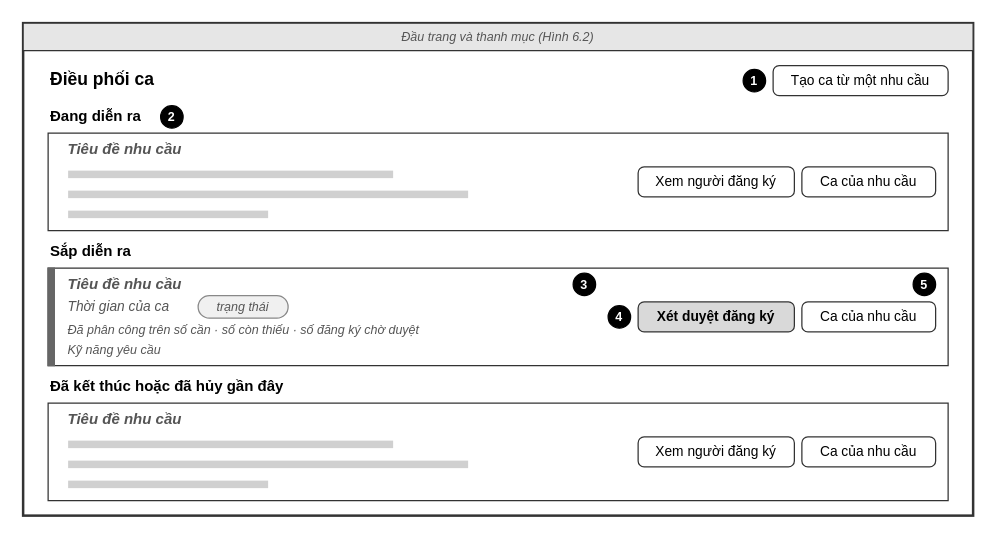
The draw.io diagram docs/giao_dien/drawio/M14_Dieu_phoi_ca.drawio in kanishere55/OOSD_NenTangDieuPhoi_TNV, before the edit. Source tidied: cells renumbered, new cells numbered last; positions are measured from the earlier drawing's top-left corner, leaving out a move shared by most shapes. Both pictures are drawn from the tidied source at 125%, with x=0, y=0 at pixel (22, 22).
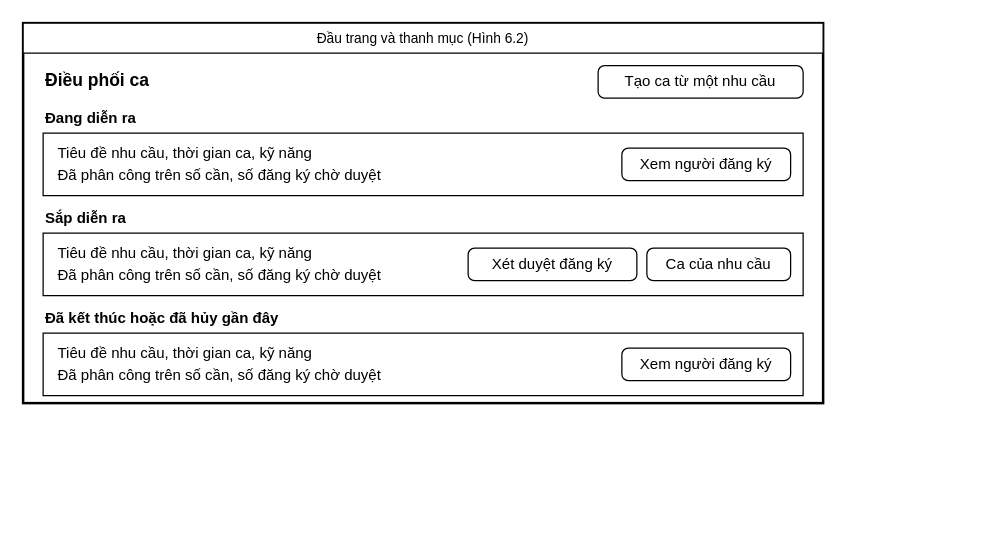
After the change.

Change to the diagram source:
```diff
@@
-    <mxCell id="2" style="rounded=0;whiteSpace=wrap;html=1;fillColor=#ffffff;strokeColor=#333333;strokeWidth=2;" parent="1" vertex="1">
-      <mxGeometry width="760" height="394" as="geometry" />
+    <mxCell id="2" style="rounded=0;whiteSpace=wrap;html=1;fillColor=#ffffff;strokeColor=#000000;strokeWidth=2;" parent="1" vertex="1">
+      <mxGeometry width="640" height="304" as="geometry" />
     </mxCell>
-    <mxCell id="3" value="Đầu trang và thanh mục (Hình 6.2)" style="rounded=0;whiteSpace=wrap;html=1;fillColor=#e6e6e6;strokeColor=#333333;fontSize=10;fontStyle=2;fontColor=#555555;" parent="1" vertex="1">
-      <mxGeometry width="760" height="22" as="geometry" />
+    <mxCell id="3" value="Đầu trang và thanh mục (Hình 6.2)" style="rounded=0;whiteSpace=wrap;html=1;fillColor=#ffffff;strokeColor=#000000;fontColor=#000000;fontSize=11;align=center;" parent="1" vertex="1">
+      <mxGeometry width="640" height="24" as="geometry" />
     </mxCell>
-    <mxCell id="4" value="Điều phối ca" style="text;html=1;strokeColor=none;fillColor=none;align=left;verticalAlign=middle;whiteSpace=wrap;rounded=0;fontSize=14;fontStyle=1;fontColor=#000000;" parent="1" vertex="1">
-      <mxGeometry x="20" y="34" width="400" height="22" as="geometry" />
+    <mxCell id="4" value="Điều phối ca" style="text;html=1;strokeColor=none;fillColor=none;whiteSpace=wrap;verticalAlign=middle;fontColor=#000000;align=left;fontSize=14;fontStyle=1;" parent="1" vertex="1">
+      <mxGeometry x="16" y="34" width="300" height="24" as="geometry" />
     </mxCell>
-    <mxCell id="5" value="Tạo ca từ một nhu cầu" style="rounded=1;arcSize=20;whiteSpace=wrap;html=1;fontSize=11;strokeColor=#333333;fillColor=#ffffff;" parent="1" vertex="1">
-      <mxGeometry x="600" y="34" width="140" height="24" as="geometry" />
+    <mxCell id="5" value="Tạo ca từ một nhu cầu" style="rounded=1;arcSize=20;whiteSpace=wrap;html=1;fillColor=#ffffff;strokeColor=#000000;fontColor=#000000;fontSize=12;" parent="1" vertex="1">
+      <mxGeometry x="460" y="34" width="164" height="26" as="geometry" />
     </mxCell>
-    <mxCell id="6" value="1" style="ellipse;whiteSpace=wrap;html=1;fillColor=#000000;strokeColor=#000000;fontColor=#ffffff;fontSize=10;fontStyle=1;" parent="1" vertex="1">
-      <mxGeometry x="576" y="37" width="18" height="18" as="geometry" />
+    <mxCell id="6" value="Đang diễn ra" style="text;html=1;strokeColor=none;fillColor=none;whiteSpace=wrap;verticalAlign=middle;fontColor=#000000;align=left;fontSize=12;fontStyle=1;" parent="1" vertex="1">
+      <mxGeometry x="16" y="66" width="400" height="20" as="geometry" />
     </mxCell>
-    <mxCell id="7" value="Đang diễn ra" style="text;html=1;strokeColor=none;fillColor=none;align=left;verticalAlign=middle;whiteSpace=wrap;rounded=0;fontSize=12;fontStyle=1;fontColor=#000000;" parent="1" vertex="1">
-      <mxGeometry x="20" y="66" width="500" height="18" as="geometry" />
+    <mxCell id="7" style="rounded=0;whiteSpace=wrap;html=1;fillColor=#ffffff;strokeColor=#000000;fontColor=#000000;fontSize=12;align=center;" parent="1" vertex="1">
+      <mxGeometry x="16" y="88" width="608" height="50" as="geometry" />
     </mxCell>
-    <mxCell id="8" value="2" style="ellipse;whiteSpace=wrap;html=1;fillColor=#000000;strokeColor=#000000;fontColor=#ffffff;fontSize=10;fontStyle=1;" parent="1" vertex="1">
-      <mxGeometry x="110" y="66" width="18" height="18" as="geometry" />
+    <mxCell id="8" value="Tiêu đề nhu cầu, thời gian ca, kỹ năng" style="text;html=1;strokeColor=none;fillColor=none;whiteSpace=wrap;verticalAlign=middle;fontColor=#000000;align=left;fontSize=12;fontStyle=0;" parent="1" vertex="1">
+      <mxGeometry x="26" y="95" width="588" height="18" as="geometry" />
     </mxCell>
-    <mxCell id="9" style="rounded=0;arcSize=8;whiteSpace=wrap;html=1;fillColor=#ffffff;strokeColor=#333333;" parent="1" vertex="1">
-      <mxGeometry x="20" y="88" width="720" height="78" as="geometry" />
+    <mxCell id="9" value="Đã phân công trên số cần, số đăng ký chờ duyệt" style="text;html=1;strokeColor=none;fillColor=none;whiteSpace=wrap;verticalAlign=middle;fontColor=#000000;align=left;fontSize=12;fontStyle=0;" parent="1" vertex="1">
+      <mxGeometry x="26" y="113" width="588" height="18" as="geometry" />
     </mxCell>
-    <mxCell id="10" value="Tiêu đề nhu cầu" style="text;html=1;strokeColor=none;fillColor=none;align=left;verticalAlign=middle;whiteSpace=wrap;rounded=0;fontSize=12;fontStyle=3;fontColor=#555555;" parent="1" vertex="1">
-      <mxGeometry x="34" y="92" width="300" height="18" as="geometry" />
+    <mxCell id="10" value="Xem người đăng ký" style="rounded=1;arcSize=20;whiteSpace=wrap;html=1;fillColor=#ffffff;strokeColor=#000000;fontColor=#000000;fontSize=12;" parent="1" vertex="1">
+      <mxGeometry x="479" y="100" width="135" height="26" as="geometry" />
     </mxCell>
-    <mxCell id="11" style="rounded=0;whiteSpace=wrap;html=1;fillColor=#d0d0d0;strokeColor=none;" parent="1" vertex="1">
-      <mxGeometry x="36" y="118" width="260" height="6" as="geometry" />
+    <mxCell id="11" value="Sắp diễn ra" style="text;html=1;strokeColor=none;fillColor=none;whiteSpace=wrap;verticalAlign=middle;fontColor=#000000;align=left;fontSize=12;fontStyle=1;" parent="1" vertex="1">
+      <mxGeometry x="16" y="146" width="400" height="20" as="geometry" />
     </mxCell>
-    <mxCell id="12" style="rounded=0;whiteSpace=wrap;html=1;fillColor=#d0d0d0;strokeColor=none;" parent="1" vertex="1">
-      <mxGeometry x="36" y="134" width="320" height="6" as="geometry" />
+    <mxCell id="12" style="rounded=0;whiteSpace=wrap;html=1;fillColor=#ffffff;strokeColor=#000000;fontColor=#000000;fontSize=12;align=center;" parent="1" vertex="1">
+      <mxGeometry x="16" y="168" width="608" height="50" as="geometry" />
     </mxCell>
-    <mxCell id="13" style="rounded=0;whiteSpace=wrap;html=1;fillColor=#d0d0d0;strokeColor=none;" parent="1" vertex="1">
-      <mxGeometry x="36" y="150" width="160" height="6" as="geometry" />
+    <mxCell id="13" value="Tiêu đề nhu cầu, thời gian ca, kỹ năng" style="text;html=1;strokeColor=none;fillColor=none;whiteSpace=wrap;verticalAlign=middle;fontColor=#000000;align=left;fontSize=12;fontStyle=0;" parent="1" vertex="1">
+      <mxGeometry x="26" y="175" width="588" height="18" as="geometry" />
     </mxCell>
-    <mxCell id="14" value="Ca của nhu cầu" style="rounded=1;arcSize=20;whiteSpace=wrap;html=1;fontSize=11;strokeColor=#333333;fillColor=#ffffff;" parent="1" vertex="1">
-      <mxGeometry x="623" y="115" width="107" height="24" as="geometry" />
+    <mxCell id="14" value="Đã phân công trên số cần, số đăng ký chờ duyệt" style="text;html=1;strokeColor=none;fillColor=none;whiteSpace=wrap;verticalAlign=middle;fontColor=#000000;align=left;fontSize=12;fontStyle=0;" parent="1" vertex="1">
+      <mxGeometry x="26" y="193" width="588" height="18" as="geometry" />
     </mxCell>
-    <mxCell id="15" value="Xem người đăng ký" style="rounded=1;arcSize=20;whiteSpace=wrap;html=1;fontSize=11;strokeColor=#333333;fillColor=#ffffff;" parent="1" vertex="1">
-      <mxGeometry x="492" y="115" width="125" height="24" as="geometry" />
+    <mxCell id="15" value="Ca của nhu cầu" style="rounded=1;arcSize=20;whiteSpace=wrap;html=1;fillColor=#ffffff;strokeColor=#000000;fontColor=#000000;fontSize=12;" parent="1" vertex="1">
+      <mxGeometry x="499" y="180" width="115" height="26" as="geometry" />
     </mxCell>
-    <mxCell id="16" value="Sắp diễn ra" style="text;html=1;strokeColor=none;fillColor=none;align=left;verticalAlign=middle;whiteSpace=wrap;rounded=0;fontSize=12;fontStyle=1;fontColor=#000000;" parent="1" vertex="1">
-      <mxGeometry x="20" y="174" width="500" height="18" as="geometry" />
+    <mxCell id="16" value="Xét duyệt đăng ký" style="rounded=1;arcSize=20;whiteSpace=wrap;html=1;fillColor=#ffffff;strokeColor=#000000;fontColor=#000000;fontSize=12;" parent="1" vertex="1">
+      <mxGeometry x="356" y="180" width="135" height="26" as="geometry" />
     </mxCell>
-    <mxCell id="17" style="rounded=0;arcSize=8;whiteSpace=wrap;html=1;fillColor=#ffffff;strokeColor=#333333;" parent="1" vertex="1">
-      <mxGeometry x="20" y="196" width="720" height="78" as="geometry" />
+    <mxCell id="17" value="Đã kết thúc hoặc đã hủy gần đây" style="text;html=1;strokeColor=none;fillColor=none;whiteSpace=wrap;verticalAlign=middle;fontColor=#000000;align=left;fontSize=12;fontStyle=1;" parent="1" vertex="1">
+      <mxGeometry x="16" y="226" width="400" height="20" as="geometry" />
     </mxCell>
-    <mxCell id="18" style="rounded=0;arcSize=8;whiteSpace=wrap;html=1;fillColor=#666666;strokeColor=#666666;" parent="1" vertex="1">
-      <mxGeometry x="20" y="196" width="5" height="78" as="geometry" />
+    <mxCell id="18" style="rounded=0;whiteSpace=wrap;html=1;fillColor=#ffffff;strokeColor=#000000;fontColor=#000000;fontSize=12;align=center;" parent="1" vertex="1">
+      <mxGeometry x="16" y="248" width="608" height="50" as="geometry" />
     </mxCell>
-    <mxCell id="19" value="Tiêu đề nhu cầu" style="text;html=1;strokeColor=none;fillColor=none;align=left;verticalAlign=middle;whiteSpace=wrap;rounded=0;fontSize=12;fontStyle=3;fontColor=#555555;" parent="1" vertex="1">
-      <mxGeometry x="34" y="200" width="300" height="18" as="geometry" />
+    <mxCell id="19" value="Tiêu đề nhu cầu, thời gian ca, kỹ năng" style="text;html=1;strokeColor=none;fillColor=none;whiteSpace=wrap;verticalAlign=middle;fontColor=#000000;align=left;fontSize=12;fontStyle=0;" parent="1" vertex="1">
+      <mxGeometry x="26" y="255" width="588" height="18" as="geometry" />
     </mxCell>
-    <mxCell id="20" value="Thời gian của ca" style="text;html=1;strokeColor=none;fillColor=none;align=left;verticalAlign=middle;whiteSpace=wrap;rounded=0;fontSize=11;fontStyle=2;fontColor=#555555;" parent="1" vertex="1">
-      <mxGeometry x="34" y="218" width="150" height="18" as="geometry" />
+    <mxCell id="20" value="Đã phân công trên số cần, số đăng ký chờ duyệt" style="text;html=1;strokeColor=none;fillColor=none;whiteSpace=wrap;verticalAlign=middle;fontColor=#000000;align=left;fontSize=12;fontStyle=0;" parent="1" vertex="1">
+      <mxGeometry x="26" y="273" width="588" height="18" as="geometry" />
     </mxCell>
-    <mxCell id="21" value="trạng thái" style="rounded=1;arcSize=50;whiteSpace=wrap;html=1;fontSize=10;fontStyle=2;fontColor=#555555;fillColor=#f0f0f0;strokeColor=#888888;" parent="1" vertex="1">
-      <mxGeometry x="140" y="218" width="72" height="18" as="geometry" />
+    <mxCell id="21" value="Xem người đăng ký" style="rounded=1;arcSize=20;whiteSpace=wrap;html=1;fillColor=#ffffff;strokeColor=#000000;fontColor=#000000;fontSize=12;" parent="1" vertex="1">
+      <mxGeometry x="479" y="260" width="135" height="26" as="geometry" />
     </mxCell>
-    <mxCell id="22" value="Đã phân công trên số cần · số còn thiếu · số đăng ký chờ duyệt" style="text;html=1;strokeColor=none;fillColor=none;align=left;verticalAlign=middle;whiteSpace=wrap;rounded=0;fontSize=10;fontStyle=2;fontColor=#555555;" parent="1" vertex="1">
-      <mxGeometry x="34" y="236" width="400" height="18" as="geometry" />
-    </mxCell>
-    <mxCell id="23" value="Kỹ năng yêu cầu" style="text;html=1;strokeColor=none;fillColor=none;align=left;verticalAlign=middle;whiteSpace=wrap;rounded=0;fontSize=10;fontStyle=2;fontColor=#555555;" parent="1" vertex="1">
-      <mxGeometry x="34" y="253" width="300" height="16" as="geometry" />
-    </mxCell>
-    <mxCell id="24" value="Ca của nhu cầu" style="rounded=1;arcSize=20;whiteSpace=wrap;html=1;fontSize=11;strokeColor=#333333;fillColor=#ffffff;" parent="1" vertex="1">
-      <mxGeometry x="623" y="223" width="107" height="24" as="geometry" />
-    </mxCell>
-    <mxCell id="25" value="Xét duyệt đăng ký" style="rounded=1;arcSize=20;whiteSpace=wrap;html=1;fontSize=11;strokeColor=#333333;fillColor=#d9d9d9;fontStyle=1;" parent="1" vertex="1">
-      <mxGeometry x="492" y="223" width="125" height="24" as="geometry" />
-    </mxCell>
-    <mxCell id="26" value="3" style="ellipse;whiteSpace=wrap;html=1;fillColor=#000000;strokeColor=#000000;fontColor=#ffffff;fontSize=10;fontStyle=1;" parent="1" vertex="1">
-      <mxGeometry x="440" y="200" width="18" height="18" as="geometry" />
-    </mxCell>
-    <mxCell id="27" value="4" style="ellipse;whiteSpace=wrap;html=1;fillColor=#000000;strokeColor=#000000;fontColor=#ffffff;fontSize=10;fontStyle=1;" parent="1" vertex="1">
-      <mxGeometry x="468" y="226" width="18" height="18" as="geometry" />
-    </mxCell>
-    <mxCell id="28" value="5" style="ellipse;whiteSpace=wrap;html=1;fillColor=#000000;strokeColor=#000000;fontColor=#ffffff;fontSize=10;fontStyle=1;" parent="1" vertex="1">
-      <mxGeometry x="712" y="200" width="18" height="18" as="geometry" />
-    </mxCell>
-    <mxCell id="29" value="Đã kết thúc hoặc đã hủy gần đây" style="text;html=1;strokeColor=none;fillColor=none;align=left;verticalAlign=middle;whiteSpace=wrap;rounded=0;fontSize=12;fontStyle=1;fontColor=#000000;" parent="1" vertex="1">
-      <mxGeometry x="20" y="282" width="500" height="18" as="geometry" />
-    </mxCell>
-    <mxCell id="30" style="rounded=0;arcSize=8;whiteSpace=wrap;html=1;fillColor=#ffffff;strokeColor=#333333;" parent="1" vertex="1">
-      <mxGeometry x="20" y="304" width="720" height="78" as="geometry" />
-    </mxCell>
-    <mxCell id="31" value="Tiêu đề nhu cầu" style="text;html=1;strokeColor=none;fillColor=none;align=left;verticalAlign=middle;whiteSpace=wrap;rounded=0;fontSize=12;fontStyle=3;fontColor=#555555;" parent="1" vertex="1">
-      <mxGeometry x="34" y="308" width="300" height="18" as="geometry" />
-    </mxCell>
-    <mxCell id="32" style="rounded=0;whiteSpace=wrap;html=1;fillColor=#d0d0d0;strokeColor=none;" parent="1" vertex="1">
-      <mxGeometry x="36" y="334" width="260" height="6" as="geometry" />
-    </mxCell>
-    <mxCell id="33" style="rounded=0;whiteSpace=wrap;html=1;fillColor=#d0d0d0;strokeColor=none;" parent="1" vertex="1">
-      <mxGeometry x="36" y="350" width="320" height="6" as="geometry" />
-    </mxCell>
-    <mxCell id="34" style="rounded=0;whiteSpace=wrap;html=1;fillColor=#d0d0d0;strokeColor=none;" parent="1" vertex="1">
-      <mxGeometry x="36" y="366" width="160" height="6" as="geometry" />
-    </mxCell>
-    <mxCell id="35" value="Ca của nhu cầu" style="rounded=1;arcSize=20;whiteSpace=wrap;html=1;fontSize=11;strokeColor=#333333;fillColor=#ffffff;" parent="1" vertex="1">
-      <mxGeometry x="623" y="331" width="107" height="24" as="geometry" />
-    </mxCell>
-    <mxCell id="36" value="Xem người đăng ký" style="rounded=1;arcSize=20;whiteSpace=wrap;html=1;fontSize=11;strokeColor=#333333;fillColor=#ffffff;" parent="1" vertex="1">
-      <mxGeometry x="492" y="331" width="125" height="24" as="geometry" />
-    </mxCell>
```
